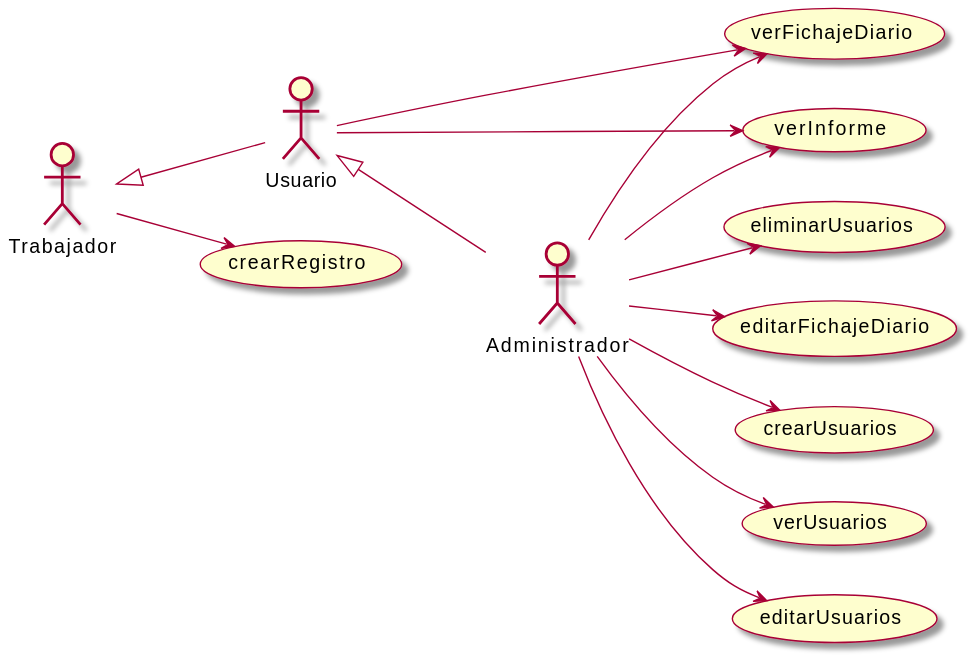
The PlantUML diagram imagenes/casosDeUso/diagramaCasosDeUso.svg in mmasias/23-24-IdSw1-SDR, before a commit.
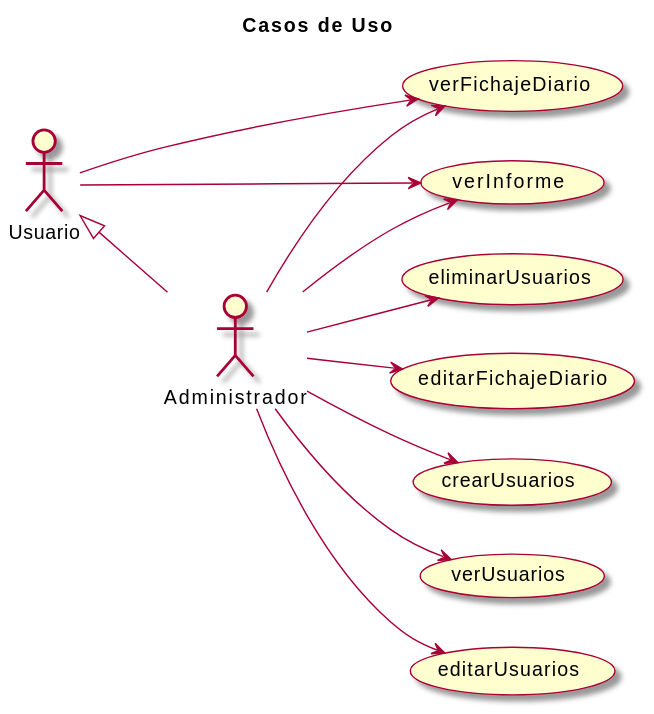
Later version of the same file.

Commit message:
Actualizar los casos de uso

What changed in the source:
```diff
@@ -1,11 +1,10 @@
 @startuml
 skin rose
 left to right direction
+title Casos de Uso
 
-Usuario -up-|> Trabajador
 Administrador -up-|> Usuario
 
-Trabajador --> (crearRegistro)
 
 Usuario --> (verFichajeDiario)
 Usuario --> (verInforme)
```
